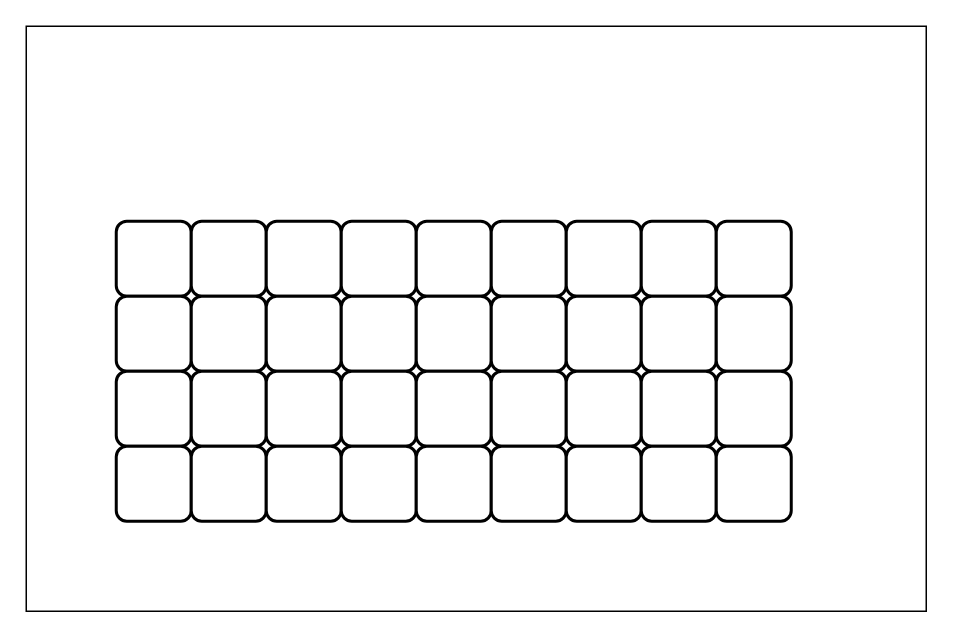
Above: design/example2.drawio in MTHS-ICS4U-2022/ICS4U-2022-Final-Project-Ethan-Michael (draw.io), before the change. Source tidied: cells renumbered, new cells numbered last; positions are measured from the earlier drawing's top-left corner, leaving out a move shared by most shapes. Both pictures are drawn from the tidied source at 150%, with x=0, y=0 at pixel (26, 26).
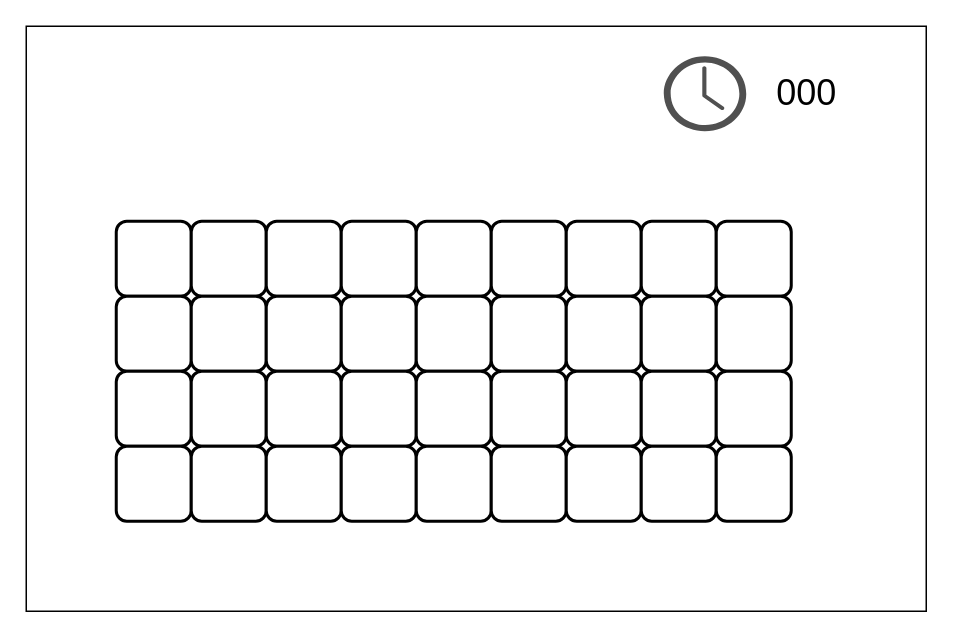
After the change.

Change to the diagram source:
```diff
@@
+    <mxCell id="39" style="sketch=0;shadow=0;dashed=0;html=1;strokeColor=none;fillColor=#505050;labelPosition=center;verticalLabelPosition=bottom;verticalAlign=top;align=center;shape=mxgraph.office.concepts.clock;" parent="1" vertex="1">
+      <mxGeometry x="425" y="20" width="55" height="50" as="geometry" />
+    </mxCell>
+    <mxCell id="40" value="&lt;font style=&quot;font-size: 24px&quot;&gt;000&lt;/font&gt;" style="text;html=1;align=center;verticalAlign=middle;strokeColor=none;fillColor=none;" parent="1" vertex="1">
+      <mxGeometry x="495" y="35" width="50" height="20" as="geometry" />
+    </mxCell>
```
